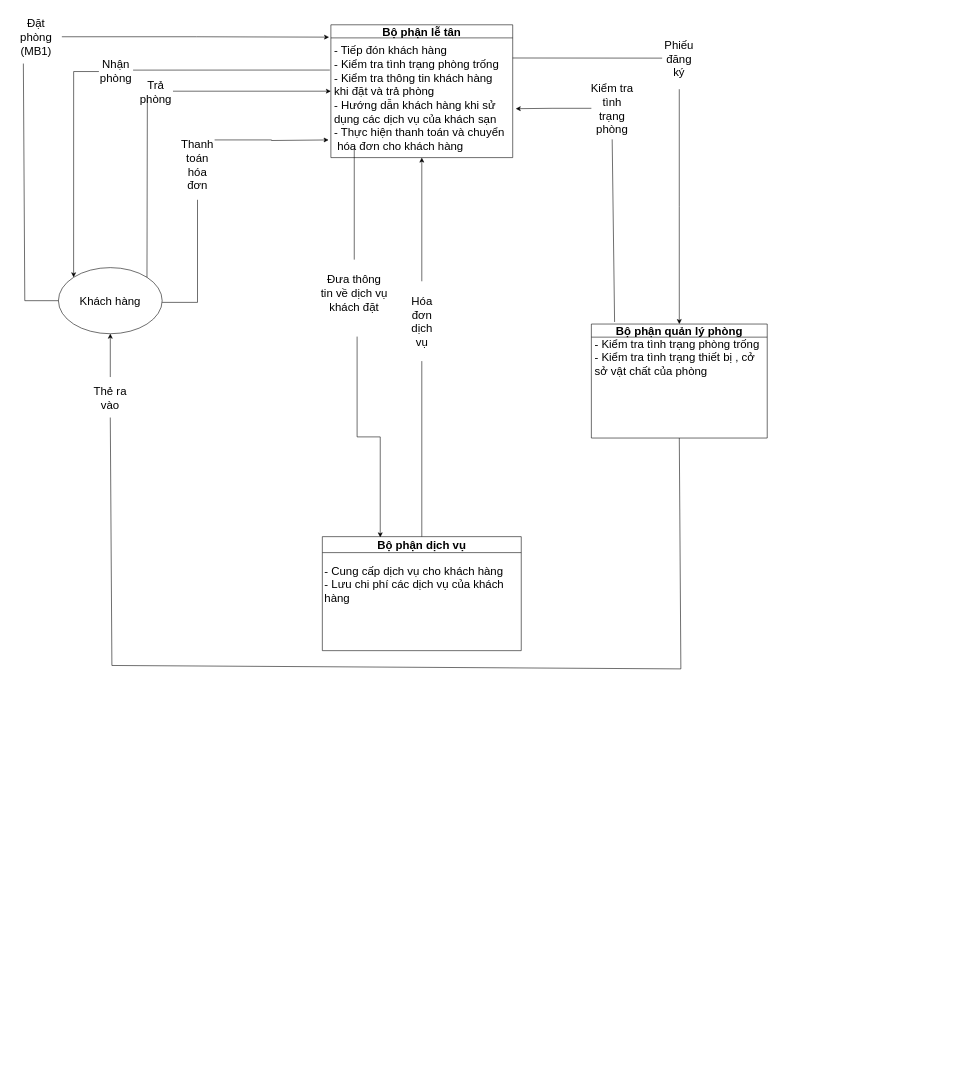
Before: Biểu đồ không có tiêu đề.drawio in gakucode0602/Chart, a draw.io diagram. Source tidied: cells renumbered, new cells numbered last; positions are measured from the earlier drawing's top-left corner, leaving out a move shared by most shapes. Both pictures are drawn from the tidied source at 57%, with x=0, y=0 at pixel (10, 10).
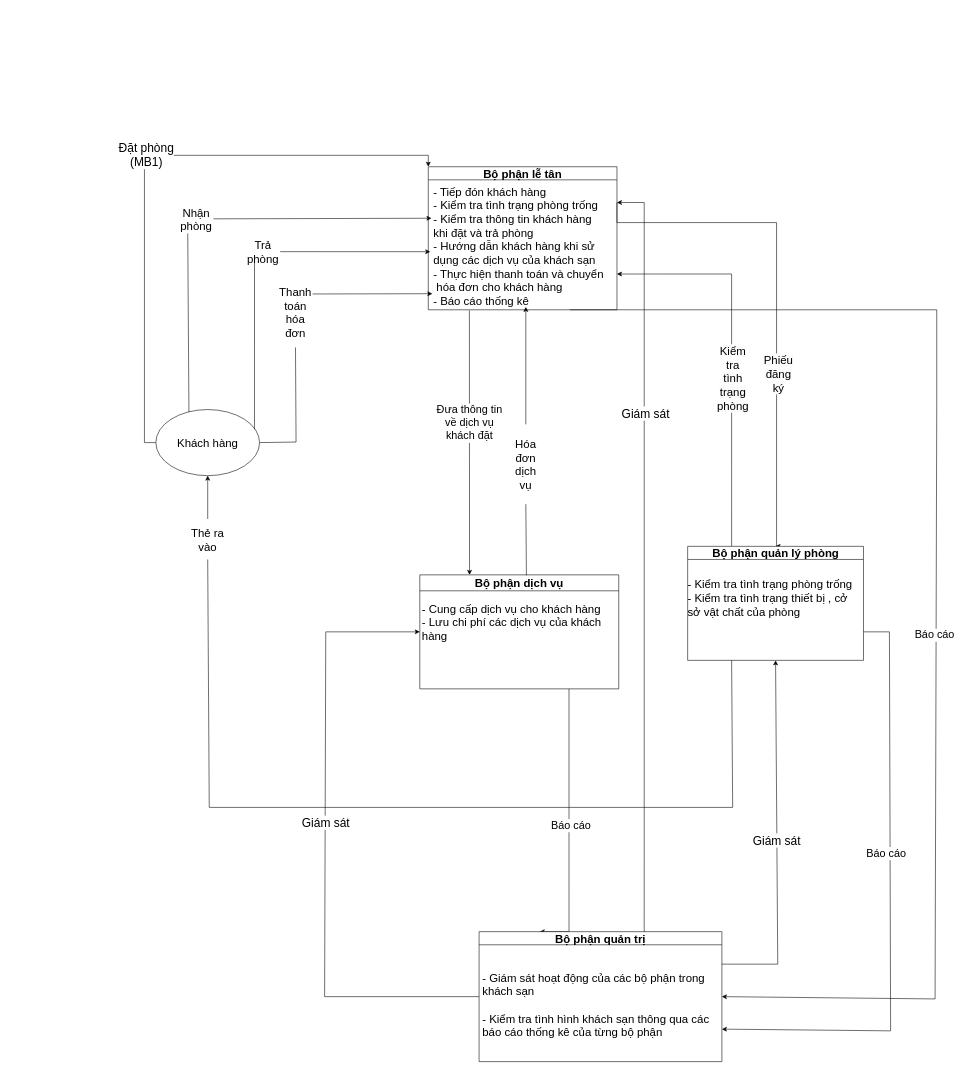
The same diagram, later.

Commit message:
Cập nhật Biểu đồ không có tiêu đề.drawio

Change to the diagram source:
```diff
@@
+    <mxCell id="36" style="edgeStyle=orthogonalEdgeStyle;rounded=0;jettySize=auto;html=1;exitX=0;exitY=0.5;exitDx=0;exitDy=0;entryX=0;entryY=0;entryDx=0;entryDy=0;" parent="1" edge="1" source="2" target="3">
+      <mxGeometry relative="1" as="geometry" />
+    </mxCell>
+    <mxCell id="5" value="&lt;font style=&quot;font-size: 21px;&quot;&gt;Đặt phòng&lt;br&gt;(MB1)&lt;/font&gt;" style="edgeLabel;html=1;align=center;verticalAlign=middle;points=[];" parent="36" vertex="1">
+      <mxGeometry x="0.01" y="2" relative="1" as="geometry">
+        <mxPoint x="1" as="offset" />
+      </mxGeometry>
+    </mxCell>
     <mxCell id="2" value="Khách hàng" style="ellipse;whiteSpace=wrap;html=1;spacing=0;fontSize=20;" parent="1" vertex="1">
-      <mxGeometry x="84" y="452" width="182" height="116" as="geometry" />
+      <mxGeometry x="254.9" y="701" width="182" height="116" as="geometry" />
     </mxCell>
+    <mxCell id="37" style="edgeStyle=orthogonalEdgeStyle;rounded=0;jettySize=auto;html=1;exitX=1;exitY=0.25;exitDx=0;exitDy=0;entryX=0.5;entryY=0;entryDx=0;entryDy=0;" parent="1" edge="1" source="3" target="14">
+      <mxGeometry relative="1" as="geometry">
+        <Array as="points">
+          <mxPoint x="1063.9" y="373" />
+          <mxPoint x="1343.9" y="373" />
+        </Array>
+      </mxGeometry>
+    </mxCell>
+    <mxCell id="22" value="&lt;span style=&quot;font-size: 20px; text-wrap: wrap; background-color: rgb(251, 251, 251);&quot;&gt;Phiếu đăng ký&lt;/span&gt;" style="edgeLabel;html=1;align=center;verticalAlign=middle;points=[];" parent="37" vertex="1">
+      <mxGeometry x="0.02" y="2" relative="1" as="geometry">
+        <mxPoint x="1" y="129" as="offset" />
+      </mxGeometry>
+    </mxCell>
+    <mxCell id="38" style="rounded=0;jettySize=auto;html=1;entryX=0.25;entryY=0;entryDx=0;entryDy=0;" parent="1" edge="1" target="12">
+      <mxGeometry relative="1" as="geometry">
+        <mxPoint x="805" y="527" as="sourcePoint" />
+      </mxGeometry>
+    </mxCell>
+    <mxCell id="16" value="&lt;font style=&quot;font-size: 19px;&quot;&gt;Đưa thông tin&lt;br&gt;về dịch vụ&lt;br&gt;khách đặt&lt;/font&gt;" style="edgeLabel;html=1;align=center;verticalAlign=middle;points=[];" parent="38" vertex="1">
+      <mxGeometry x="-0.15" y="-1" relative="1" as="geometry" />
+    </mxCell>
     <mxCell id="3" value="Bộ phận lễ tân" style="swimlane;whiteSpace=wrap;html=1;spacing=0;fontSize=20;" parent="1" vertex="1">
-      <mxGeometry x="562" y="26" width="319" height="233" as="geometry" />
+      <mxGeometry x="732.9" y="275" width="331" height="251" as="geometry" />
     </mxCell>
-    <mxCell id="4" value="- Tiếp đón khách hàng&lt;div style=&quot;font-size: 20px;&quot;&gt;- Kiểm tra tình trạng phòng trống&lt;/div&gt;&lt;div style=&quot;font-size: 20px;&quot;&gt;- Kiểm tra thông tin khách hàng&lt;br style=&quot;font-size: 20px;&quot;&gt;khi đặt và trả phòng&lt;/div&gt;&lt;div style=&quot;font-size: 20px;&quot;&gt;- Hướng dẫn khách hàng khi sử &lt;br style=&quot;font-size: 20px;&quot;&gt;dụng các dịch vụ của khách sạn&lt;/div&gt;&lt;div style=&quot;font-size: 20px;&quot;&gt;- Thực hiện thanh toán và chuyển&lt;br style=&quot;font-size: 20px;&quot;&gt;&amp;nbsp;hóa đơn cho khách hàng&lt;/div&gt;" style="text;html=1;align=left;verticalAlign=middle;points=[];strokeColor=none;fillColor=none;spacing=0;fontSize=20;" parent="3" vertex="1">
-      <mxGeometry x="6" y="28" width="313" height="200" as="geometry" />
+    <mxCell id="4" value="- Tiếp đón khách hàng&lt;div style=&quot;font-size: 20px;&quot;&gt;- Kiểm tra tình trạng phòng trống&lt;/div&gt;&lt;div style=&quot;font-size: 20px;&quot;&gt;- Kiểm tra thông tin khách hàng&lt;br style=&quot;font-size: 20px;&quot;&gt;khi đặt và trả phòng&lt;/div&gt;&lt;div style=&quot;font-size: 20px;&quot;&gt;- Hướng dẫn khách hàng khi sử &lt;br style=&quot;font-size: 20px;&quot;&gt;dụng các dịch vụ của khách sạn&lt;/div&gt;&lt;div style=&quot;font-size: 20px;&quot;&gt;- Thực hiện thanh toán và chuyển&lt;br style=&quot;font-size: 20px;&quot;&gt;&amp;nbsp;hóa đơn cho khách hàng&lt;/div&gt;&lt;div style=&quot;font-size: 20px;&quot;&gt;- Báo cáo thống kê&lt;/div&gt;" style="text;html=1;align=left;verticalAlign=middle;points=[];strokeColor=none;fillColor=none;spacing=0;fontSize=20;" parent="3" vertex="1">
+      <mxGeometry x="9" y="27" width="313" height="224" as="geometry" />
     </mxCell>
-    <mxCell id="5" value="Đặt phòng (MB1)" style="text;html=1;align=center;verticalAlign=middle;whiteSpace=wrap;rounded=0;spacing=0;fontSize=20;" parent="1" vertex="1">
-      <mxGeometry width="90" height="94" as="geometry" />
-    </mxCell>
-    <mxCell id="6" style="edgeStyle=orthogonalEdgeStyle;rounded=0;jettySize=auto;html=1;entryX=0;entryY=0;entryDx=0;entryDy=0;spacing=0;fontSize=20;" parent="1" edge="1" source="7" target="2">
-      <mxGeometry relative="1" as="geometry">
-        <Array as="points">
-          <mxPoint x="110" y="108" />
-        </Array>
-      </mxGeometry>
-    </mxCell>
     <mxCell id="7" value="Nhận phòng" style="text;html=1;align=center;verticalAlign=middle;whiteSpace=wrap;rounded=0;spacing=0;fontSize=20;" parent="1" vertex="1">
-      <mxGeometry x="155" y="80" width="60" height="51" as="geometry" />
+      <mxGeometry x="295.9" y="341" width="60" height="51" as="geometry" />
     </mxCell>
-    <mxCell id="8" style="edgeStyle=orthogonalEdgeStyle;rounded=0;jettySize=auto;html=1;entryX=0;entryY=0.5;entryDx=0;entryDy=0;spacing=0;fontSize=20;" parent="1" edge="1" source="9" target="3">
-      <mxGeometry relative="1" as="geometry" />
-    </mxCell>
     <mxCell id="9" value="Trả phòng" style="text;html=1;align=center;verticalAlign=middle;whiteSpace=wrap;rounded=0;spacing=0;fontSize=20;" parent="1" vertex="1">
-      <mxGeometry x="225" y="127.5" width="60" height="30" as="geometry" />
+      <mxGeometry x="413" y="409" width="60" height="30" as="geometry" />
     </mxCell>
-    <mxCell id="10" style="edgeStyle=orthogonalEdgeStyle;rounded=0;jettySize=auto;html=1;spacing=0;fontSize=20;" parent="1" edge="1" source="11">
-      <mxGeometry relative="1" as="geometry">
-        <mxPoint x="558" y="228" as="targetPoint" />
-        <Array as="points">
-          <mxPoint x="458" y="228" />
-          <mxPoint x="558" y="229" />
-        </Array>
-      </mxGeometry>
-    </mxCell>
     <mxCell id="11" value="Thanh toán hóa đơn" style="text;html=1;align=center;verticalAlign=middle;whiteSpace=wrap;rounded=0;spacing=0;fontSize=20;" parent="1" vertex="1">
-      <mxGeometry x="298" y="208" width="60" height="125" as="geometry" />
+      <mxGeometry x="469.9" y="467" width="60" height="125" as="geometry" />
     </mxCell>
+    <mxCell id="39" style="edgeStyle=orthogonalEdgeStyle;rounded=0;jettySize=auto;html=1;exitX=0.75;exitY=1;exitDx=0;exitDy=0;entryX=0.25;entryY=0;entryDx=0;entryDy=0;" parent="1" edge="1" source="12" target="46">
+      <mxGeometry relative="1" as="geometry">
+        <Array as="points">
+          <mxPoint x="980" y="1617" />
+        </Array>
+      </mxGeometry>
+    </mxCell>
+    <mxCell id="40" value="&lt;span style=&quot;font-size: 19px;&quot;&gt;Báo cáo&lt;/span&gt;" style="edgeLabel;html=1;align=center;verticalAlign=middle;" parent="39" vertex="1">
+      <mxGeometry x="-0.33" y="2" relative="1" as="geometry">
+        <mxPoint x="1" y="80" as="offset" />
+      </mxGeometry>
+    </mxCell>
     <mxCell id="12" value="Bộ phận dịch vụ" style="swimlane;whiteSpace=wrap;html=1;startSize=28;spacing=0;fontSize=20;" parent="1" vertex="1">
-      <mxGeometry x="547" y="924" width="349" height="200" as="geometry" />
+      <mxGeometry x="718" y="991" width="349" height="200" as="geometry" />
     </mxCell>
@@
+    <mxCell id="41" style="edgeStyle=orthogonalEdgeStyle;rounded=0;jettySize=auto;html=1;exitX=0.25;exitY=0;exitDx=0;exitDy=0;entryX=1;entryY=0.75;entryDx=0;entryDy=0;" parent="1" edge="1" source="14" target="3">
+      <mxGeometry relative="1" as="geometry" />
+    </mxCell>
+    <mxCell id="20" value="&lt;span style=&quot;text-wrap: wrap; font-size: 20px; background-color: rgb(251, 251, 251);&quot;&gt;Kiểm tra tình&lt;/span&gt;&lt;br style=&quot;text-wrap: wrap; font-size: 20px;&quot;&gt;&lt;span style=&quot;text-wrap: wrap; font-size: 20px; background-color: rgb(251, 251, 251);&quot;&gt;trạng phòng&lt;/span&gt;" style="edgeLabel;html=1;align=center;verticalAlign=middle;points=[];" parent="41" vertex="1">
+      <mxGeometry x="-0.13" y="-1" relative="1" as="geometry" />
+    </mxCell>
     <mxCell id="14" value="Bộ phận quản lý phòng" style="swimlane;whiteSpace=wrap;html=1;spacing=0;fontSize=20;" parent="1" vertex="1">
-      <mxGeometry x="1019" y="551" width="308.5" height="200" as="geometry" />
+      <mxGeometry x="1187.9" y="941" width="308.5" height="200" as="geometry" />
     </mxCell>
     <mxCell id="15" value="- Kiểm tra tình trạng phòng trống&lt;div style=&quot;font-size: 20px;&quot;&gt;- Kiểm tra tình trạng thiết bị , cở &lt;br style=&quot;font-size: 20px;&quot;&gt;sở vật chất của phòng&lt;/div&gt;" style="text;html=1;align=left;verticalAlign=middle;strokeColor=none;fillColor=none;spacing=0;fontSize=20;" parent="14" vertex="1">
-      <mxGeometry x="5.5" y="18" width="303" height="80" as="geometry" />
+      <mxGeometry y="50" width="303" height="80" as="geometry" />
     </mxCell>
-    <mxCell id="16" value="Đưa thông tin về dịch vụ khách đặt&lt;div style=&quot;font-size: 20px;&quot;&gt;&lt;br style=&quot;font-size: 20px;&quot;&gt;&lt;/div&gt;" style="text;html=1;align=center;verticalAlign=middle;whiteSpace=wrap;rounded=0;spacing=0;fontSize=20;" parent="1" vertex="1">
-      <mxGeometry x="545" y="438" width="116" height="139" as="geometry" />
-    </mxCell>
-    <mxCell id="17" style="edgeStyle=orthogonalEdgeStyle;rounded=0;jettySize=auto;html=1;entryX=0.5;entryY=1;entryDx=0;entryDy=0;" parent="1" edge="1" source="18" target="3">
-      <mxGeometry relative="1" as="geometry" />
+    <mxCell id="17" style="rounded=0;jettySize=auto;html=1;" parent="1" edge="1" source="18">
+      <mxGeometry relative="1" as="geometry">
+        <mxPoint x="904" y="521" as="targetPoint" />
+      </mxGeometry>
     </mxCell>
     <mxCell id="18" value="Hóa đơn dịch vụ" style="text;html=1;align=center;verticalAlign=middle;whiteSpace=wrap;rounded=0;rotation=0;spacing=0;fontSize=20;" parent="1" vertex="1">
-      <mxGeometry x="691.5" y="476" width="60" height="140" as="geometry" />
+      <mxGeometry x="874" y="727" width="60" height="140" as="geometry" />
     </mxCell>
-    <mxCell id="19" style="edgeStyle=orthogonalEdgeStyle;rounded=0;jettySize=auto;html=1;spacing=0;fontSize=20;entryX=1.017;entryY=0.596;entryDx=0;entryDy=0;entryPerimeter=0;" parent="1" edge="1" source="20" target="4">
-      <mxGeometry relative="1" as="geometry" />
-    </mxCell>
-    <mxCell id="20" value="Kiểm tra tình trạng phòng" style="text;html=1;align=center;verticalAlign=middle;whiteSpace=wrap;rounded=0;spacing=0;fontSize=20;" parent="1" vertex="1">
-      <mxGeometry x="1019" y="118" width="73" height="109" as="geometry" />
-    </mxCell>
-    <mxCell id="21" style="edgeStyle=orthogonalEdgeStyle;rounded=0;jettySize=auto;html=1;entryX=0.5;entryY=0;entryDx=0;entryDy=0;" parent="1" edge="1" source="22" target="14">
-      <mxGeometry relative="1" as="geometry" />
-    </mxCell>
-    <mxCell id="22" value="Phiếu đăng ký" style="text;html=1;align=center;verticalAlign=middle;whiteSpace=wrap;rounded=0;spacing=0;fontSize=20;" parent="1" vertex="1">
-      <mxGeometry x="1143.2" y="30" width="60" height="109" as="geometry" />
-    </mxCell>
@@
     <mxCell id="24" value="Thẻ ra vào" style="text;html=1;align=center;verticalAlign=middle;whiteSpace=wrap;rounded=0;spacing=0;fontSize=20;" parent="1" vertex="1">
-      <mxGeometry x="145" y="644" width="60" height="71" as="geometry" />
+      <mxGeometry x="315.9" y="893" width="60" height="71" as="geometry" />
     </mxCell>
-    <mxCell id="25" style="endArrow=none;html=1;rounded=0;entryX=0.5;entryY=1;entryDx=0;entryDy=0;exitX=0.5;exitY=1;exitDx=0;exitDy=0;spacing=0;fontSize=20;" parent="1" edge="1" source="24" target="14">
+    <mxCell id="25" style="endArrow=none;html=1;rounded=0;entryX=0.25;entryY=1;entryDx=0;entryDy=0;exitX=0.5;exitY=1;exitDx=0;exitDy=0;spacing=0;fontSize=20;" parent="1" edge="1" source="24" target="14">
       <mxGeometry relative="1" as="geometry">
         <Array as="points">
-          <mxPoint x="177.8" y="1150" />
-          <mxPoint x="1176" y="1156" />
+          <mxPoint x="348.6" y="1399" />
+          <mxPoint x="1266.9" y="1399" />
         </Array>
       </mxGeometry>
     </mxCell>
-    <mxCell id="26" style="endArrow=none;html=1;rounded=0;exitX=0.5;exitY=0;exitDx=0;exitDy=0;spacing=0;fontSize=20;" parent="1" edge="1" source="16">
-      <mxGeometry relative="1" as="geometry">
-        <mxPoint x="603" y="242" as="targetPoint" />
-      </mxGeometry>
-    </mxCell>
-    <mxCell id="27" style="edgeStyle=orthogonalEdgeStyle;rounded=0;orthogonalLoop=1;jettySize=auto;html=1;entryX=0.277;entryY=0.006;entryDx=0;entryDy=0;entryPerimeter=0;spacing=0;fontSize=20;" parent="1" edge="1">
-      <mxGeometry relative="1" as="geometry">
-        <mxPoint x="608" y="573" as="sourcePoint" />
-        <mxPoint x="648.6" y="925.2" as="targetPoint" />
-        <Array as="points">
-          <mxPoint x="607.9" y="749" />
-          <mxPoint x="648.9" y="749" />
-        </Array>
-      </mxGeometry>
-    </mxCell>
-    <mxCell id="28" style="endArrow=none;html=1;rounded=0;exitX=0.132;exitY=-0.018;exitDx=0;exitDy=0;exitPerimeter=0;spacing=0;fontSize=20;entryX=0.5;entryY=1;entryDx=0;entryDy=0;" parent="1" edge="1" source="14" target="20">
-      <mxGeometry relative="1" as="geometry" />
-    </mxCell>
-    <mxCell id="29" style="endArrow=none;html=1;rounded=0;exitX=1;exitY=0.25;exitDx=0;exitDy=0;entryX=0;entryY=0.5;entryDx=0;entryDy=0;spacing=0;fontSize=20;" parent="1" edge="1" source="3" target="22">
-      <mxGeometry relative="1" as="geometry" />
-    </mxCell>
-    <mxCell id="30" style="endArrow=none;html=1;rounded=0;entryX=0.5;entryY=1;entryDx=0;entryDy=0;spacing=0;fontSize=20;" parent="1" edge="1" target="11">
-      <mxGeometry relative="1" as="geometry">
-        <mxPoint x="266" y="513" as="sourcePoint" />
-        <Array as="points">
-          <mxPoint x="328" y="513" />
-        </Array>
-      </mxGeometry>
-    </mxCell>
+    <mxCell id="35" style="endArrow=none;html=1;rounded=0;entryX=0.5;entryY=1;entryDx=0;entryDy=0;exitX=0.536;exitY=0.004;exitDx=0;exitDy=0;exitPerimeter=0;" parent="1" edge="1" source="12" target="18">
+      <mxGeometry relative="1" as="geometry" />
+    </mxCell>
+    <mxCell id="42" style="edgeStyle=orthogonalEdgeStyle;rounded=0;jettySize=auto;html=1;exitX=0.68;exitY=0.004;exitDx=0;exitDy=0;entryX=1;entryY=0.25;entryDx=0;entryDy=0;exitPerimeter=0;" parent="1" edge="1" source="46" target="3">
+      <mxGeometry relative="1" as="geometry">
+        <Array as="points">
+          <mxPoint x="1112" y="338" />
+        </Array>
+      </mxGeometry>
+    </mxCell>
+    <mxCell id="43" value="&lt;font style=&quot;font-size: 21px;&quot;&gt;Giám sát&lt;/font&gt;" style="edgeLabel;html=1;align=center;verticalAlign=middle;" parent="42" vertex="1">
+      <mxGeometry x="0.37" y="-2" relative="1" as="geometry" />
+    </mxCell>
+    <mxCell id="44" style="rounded=0;jettySize=auto;html=1;exitX=0;exitY=0.5;exitDx=0;exitDy=0;entryX=0;entryY=0.5;entryDx=0;entryDy=0;" parent="1" edge="1" source="46" target="12">
+      <mxGeometry relative="1" as="geometry">
+        <Array as="points">
+          <mxPoint x="551" y="1731" />
+          <mxPoint x="553" y="1091" />
+        </Array>
+      </mxGeometry>
+    </mxCell>
+    <mxCell id="45" value="&lt;span style=&quot;font-size: 21px;&quot;&gt;Giám sát&lt;/span&gt;" style="edgeLabel;html=1;align=center;verticalAlign=middle;" parent="44" vertex="1">
+      <mxGeometry x="0.41" relative="1" as="geometry">
+        <mxPoint y="182" as="offset" />
+      </mxGeometry>
+    </mxCell>
+    <mxCell id="46" value="Bộ phận quản trị" style="swimlane;whiteSpace=wrap;html=1;spacing=0;fontSize=20;" parent="1" vertex="1">
+      <mxGeometry x="822" y="1617" width="426" height="228" as="geometry" />
+    </mxCell>
+    <mxCell id="47" value="- Giám sát hoạt động của các bộ phận trong&lt;br&gt;khách sạn&lt;div&gt;&lt;br&gt;&lt;div&gt;- Kiểm tra tình hình khách sạn thông qua các&lt;br&gt;báo cáo thống kê của từng bộ phận&lt;/div&gt;&lt;/div&gt;" style="text;html=1;align=left;verticalAlign=middle;strokeColor=none;fillColor=none;spacing=0;fontSize=20;" parent="46" vertex="1">
+      <mxGeometry x="6" y="64" width="412" height="128" as="geometry" />
+    </mxCell>
+    <mxCell id="48" style="endArrow=classic;html=1;rounded=0;exitX=0.75;exitY=1;exitDx=0;exitDy=0;entryX=1;entryY=0.5;entryDx=0;entryDy=0;" parent="1" edge="1" source="3" target="46">
+      <mxGeometry relative="1" as="geometry">
+        <Array as="points">
+          <mxPoint x="1624.9" y="526" />
+          <mxPoint x="1624.9" y="696" />
+          <mxPoint x="1622" y="1735" />
+        </Array>
+      </mxGeometry>
+    </mxCell>
+    <mxCell id="49" value="&lt;font style=&quot;font-size: 19px;&quot;&gt;Báo cáo&lt;/font&gt;" style="edgeLabel;html=1;align=center;verticalAlign=middle;" parent="48" vertex="1">
+      <mxGeometry x="0.09" y="-2" relative="1" as="geometry">
+        <mxPoint x="-1" as="offset" />
+      </mxGeometry>
+    </mxCell>
+    <mxCell id="50" style="endArrow=classic;html=1;rounded=0;entryX=1;entryY=0.75;entryDx=0;entryDy=0;exitX=1;exitY=0.75;exitDx=0;exitDy=0;" parent="1" edge="1" source="14" target="46">
+      <mxGeometry relative="1" as="geometry">
+        <Array as="points">
+          <mxPoint x="1541.9" y="1091" />
+          <mxPoint x="1544" y="1791" />
+        </Array>
+      </mxGeometry>
+    </mxCell>
+    <mxCell id="51" value="&lt;font style=&quot;font-size: 19px;&quot;&gt;Báo cáo&lt;/font&gt;" style="edgeLabel;html=1;align=center;verticalAlign=middle;" parent="50" vertex="1">
+      <mxGeometry x="0.09" y="-2" relative="1" as="geometry">
+        <mxPoint x="-6" y="-134" as="offset" />
+      </mxGeometry>
+    </mxCell>
+    <mxCell id="52" style="endArrow=none;html=1;rounded=0;exitX=0.319;exitY=0.037;exitDx=0;exitDy=0;entryX=0.25;entryY=1;entryDx=0;entryDy=0;exitPerimeter=0;" parent="1" edge="1" source="2" target="7">
+      <mxGeometry relative="1" as="geometry" />
+    </mxCell>
+    <mxCell id="32" style="rounded=0;jettySize=auto;html=1;entryX=-0.011;entryY=0.283;entryDx=0;entryDy=0;entryPerimeter=0;" parent="1" edge="1" source="7" target="4">
+      <mxGeometry relative="1" as="geometry" />
+    </mxCell>
-    <mxCell id="31" style="endArrow=none;html=1;rounded=0;entryX=0.25;entryY=1;entryDx=0;entryDy=0;spacing=0;fontSize=20;exitX=1;exitY=0;exitDx=0;exitDy=0;" parent="1" edge="1" source="2" target="9">
+    <mxCell id="31" style="endArrow=none;html=1;rounded=0;exitX=0.951;exitY=0.3;exitDx=0;exitDy=0;entryX=0.25;entryY=1;entryDx=0;entryDy=0;exitPerimeter=0;" parent="1" edge="1" source="2" target="9">
       <mxGeometry relative="1" as="geometry" />
     </mxCell>
-    <mxCell id="32" style="endArrow=none;html=1;rounded=0;exitX=1;exitY=0.5;exitDx=0;exitDy=0;spacing=0;fontSize=20;entryX=-0.025;entryY=0.257;entryDx=0;entryDy=0;entryPerimeter=0;" parent="1" edge="1" source="7" target="4">
-      <mxGeometry relative="1" as="geometry" />
-    </mxCell>
-    <mxCell id="33" style="edgeStyle=orthogonalEdgeStyle;rounded=0;jettySize=auto;html=1;entryX=-0.01;entryY=0.093;entryDx=0;entryDy=0;entryPerimeter=0;spacing=0;fontSize=20;" parent="1" edge="1" source="5" target="3">
-      <mxGeometry relative="1" as="geometry" />
-    </mxCell>
-    <mxCell id="34" style="endArrow=none;html=1;rounded=0;entryX=0;entryY=0.5;entryDx=0;entryDy=0;exitX=0.25;exitY=1;exitDx=0;exitDy=0;spacing=0;fontSize=20;" parent="1" edge="1" source="5" target="2">
-      <mxGeometry relative="1" as="geometry">
-        <Array as="points">
-          <mxPoint x="25" y="510" />
-        </Array>
-      </mxGeometry>
-    </mxCell>
-    <mxCell id="35" style="endArrow=none;html=1;rounded=0;entryX=0.5;entryY=1;entryDx=0;entryDy=0;exitX=0.5;exitY=0;exitDx=0;exitDy=0;" parent="1" edge="1" source="12" target="18">
-      <mxGeometry relative="1" as="geometry" />
-    </mxCell>
+    <mxCell id="53" style="endArrow=none;html=1;rounded=0;exitX=1;exitY=0.5;exitDx=0;exitDy=0;entryX=0.5;entryY=1;entryDx=0;entryDy=0;" parent="1" edge="1" source="2" target="11">
+      <mxGeometry relative="1" as="geometry">
+        <Array as="points">
+          <mxPoint x="500.9" y="758" />
+        </Array>
+      </mxGeometry>
+    </mxCell>
+    <mxCell id="54" style="endArrow=classic;html=1;rounded=0;exitX=1;exitY=0.25;exitDx=0;exitDy=0;entryX=-0.006;entryY=0.874;entryDx=0;entryDy=0;entryPerimeter=0;" parent="1" edge="1" source="11" target="4">
+      <mxGeometry relative="1" as="geometry" />
+    </mxCell>
+    <mxCell id="55" style="rounded=0;jettySize=auto;html=1;entryX=0.5;entryY=1;entryDx=0;entryDy=0;exitX=1;exitY=0.25;exitDx=0;exitDy=0;" parent="1" edge="1" source="46" target="14">
+      <mxGeometry relative="1" as="geometry">
+        <Array as="points">
+          <mxPoint x="1346" y="1674" />
+        </Array>
+      </mxGeometry>
+    </mxCell>
+    <mxCell id="56" value="&lt;font style=&quot;font-size: 21px;&quot;&gt;Giám sát&lt;/font&gt;" style="edgeLabel;html=1;align=center;verticalAlign=middle;" parent="55" vertex="1">
+      <mxGeometry y="1" relative="1" as="geometry" />
+    </mxCell>
+    <mxCell id="57" style="rounded=0;jettySize=auto;html=1;entryX=-0.018;entryY=0.545;entryDx=0;entryDy=0;entryPerimeter=0;" parent="1" edge="1" source="9" target="4">
+      <mxGeometry relative="1" as="geometry" />
+    </mxCell>
```
